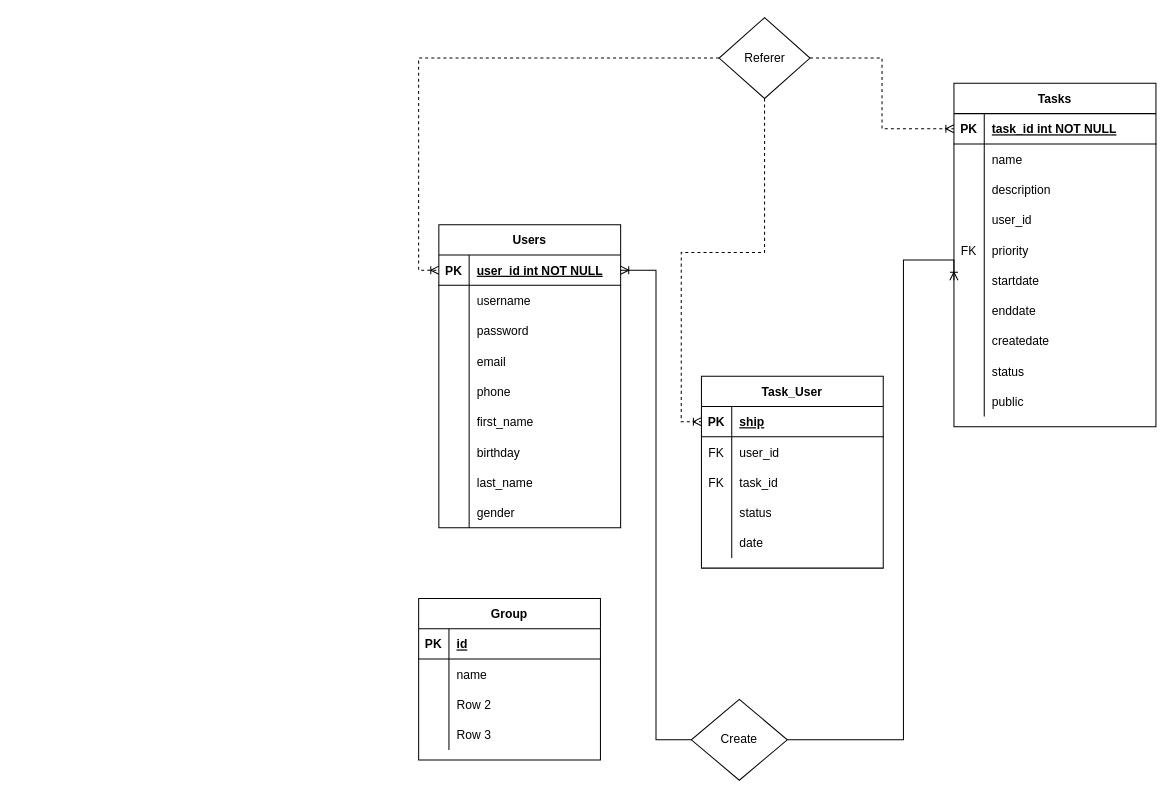
Before: To-Do List.drawio in HiBlakk/todo-list, a draw.io diagram. Source tidied: cells renumbered, new cells numbered last; positions are measured from the earlier drawing's top-left corner, leaving out a move shared by most shapes. Both pictures are drawn from the tidied source at 101%, with x=0, y=0 at pixel (418, 17).
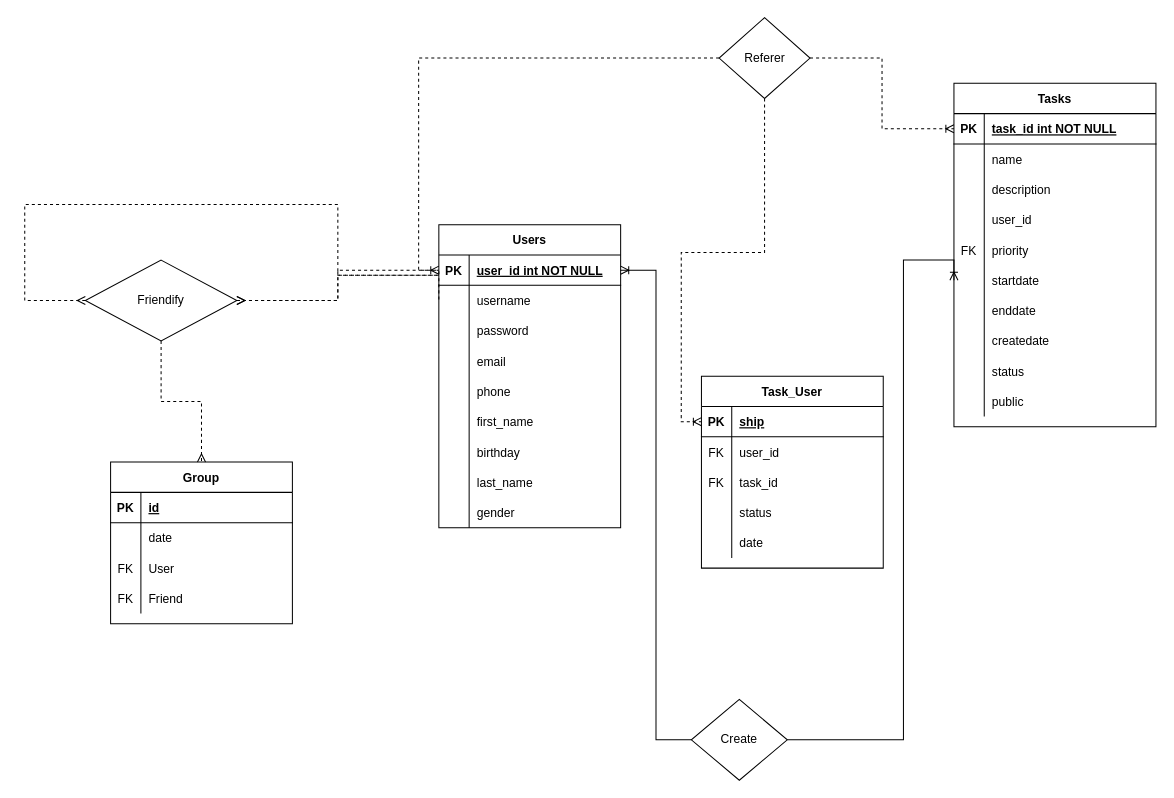
After the change.

The change refers to these unchanged cells:
```xml
<mxCell id="3" style="shape=tableRow;horizontal=0;startSize=0;swimlaneHead=0;swimlaneBody=0;fillColor=none;points=[[0,0.5],[1,0.5]];portConstraint=eastwest;top=0;left=0;right=0;bottom=1;" parent="2" vertex="1">
  <mxGeometry y="30" width="180" height="30" as="geometry" />
</mxCell>
<mxCell id="6" style="shape=tableRow;horizontal=0;startSize=0;swimlaneHead=0;swimlaneBody=0;fillColor=none;points=[[0,0.5],[1,0.5]];portConstraint=eastwest;top=0;left=0;right=0;bottom=0;" parent="2" vertex="1">
  <mxGeometry y="60" width="180" height="30" as="geometry" />
</mxCell>
<mxCell id="88" style="shape=tableRow;horizontal=0;startSize=0;swimlaneHead=0;swimlaneBody=0;fillColor=none;top=0;left=0;right=0;bottom=0;" parent="84" vertex="1">
  <mxGeometry y="60" width="180" height="30" as="geometry" />
</mxCell>
<mxCell id="91" style="shape=tableRow;horizontal=0;startSize=0;swimlaneHead=0;swimlaneBody=0;fillColor=none;top=0;left=0;right=0;bottom=0;" parent="84" vertex="1">
  <mxGeometry y="90" width="180" height="30" as="geometry" />
</mxCell>
<mxCell id="94" style="shape=tableRow;horizontal=0;startSize=0;swimlaneHead=0;swimlaneBody=0;fillColor=none;top=0;left=0;right=0;bottom=0;" parent="84" vertex="1">
  <mxGeometry y="120" width="180" height="30" as="geometry" />
</mxCell>
```

Change to the diagram source:
```diff
@@
     <mxCell id="84" value="Group" style="shape=table;startSize=30;childLayout=tableLayout;rowLines=0;fontStyle=1;align=center;" parent="1" vertex="1">
-      <mxGeometry y="575" width="180" height="160" as="geometry" />
+      <mxGeometry x="-305" y="440" width="180" height="160" as="geometry" />
     </mxCell>
@@
-    <mxCell id="90" value="name" style="shape=partialRectangle;fillColor=none;top=0;left=0;bottom=0;right=0;align=left;spacingLeft=6;overflow=hidden;" parent="88" vertex="1">
+    <mxCell id="90" value="date" style="shape=partialRectangle;fillColor=none;top=0;left=0;bottom=0;right=0;align=left;spacingLeft=6;overflow=hidden;" parent="88" vertex="1">
       <mxGeometry x="30" width="150" height="30" as="geometry" />
     </mxCell>
@@
-    <mxCell id="92" style="shape=partialRectangle;fillColor=none;top=0;left=0;bottom=0;right=0;overflow=hidden;" parent="91" vertex="1">
+    <mxCell id="92" value="FK" style="shape=partialRectangle;fillColor=none;top=0;left=0;bottom=0;right=0;overflow=hidden;" parent="91" vertex="1">
       <mxGeometry width="30" height="30" as="geometry" />
     </mxCell>
-    <mxCell id="93" value="Row 2" style="shape=partialRectangle;fillColor=none;top=0;left=0;bottom=0;right=0;align=left;spacingLeft=6;overflow=hidden;" parent="91" vertex="1">
+    <mxCell id="93" value="User" style="shape=partialRectangle;fillColor=none;top=0;left=0;bottom=0;right=0;align=left;spacingLeft=6;overflow=hidden;" parent="91" vertex="1">
       <mxGeometry x="30" width="150" height="30" as="geometry" />
     </mxCell>
@@
-    <mxCell id="95" style="shape=partialRectangle;fillColor=none;top=0;left=0;bottom=0;right=0;overflow=hidden;" parent="94" vertex="1">
+    <mxCell id="95" value="FK" style="shape=partialRectangle;fillColor=none;top=0;left=0;bottom=0;right=0;overflow=hidden;" parent="94" vertex="1">
       <mxGeometry width="30" height="30" as="geometry" />
     </mxCell>
-    <mxCell id="96" value="Row 3" style="shape=partialRectangle;fillColor=none;top=0;left=0;bottom=0;right=0;align=left;spacingLeft=6;overflow=hidden;" parent="94" vertex="1">
+    <mxCell id="96" value="Friend" style="shape=partialRectangle;fillColor=none;top=0;left=0;bottom=0;right=0;align=left;spacingLeft=6;overflow=hidden;" parent="94" vertex="1">
       <mxGeometry x="30" width="150" height="30" as="geometry" />
     </mxCell>
+    <mxCell id="97" style="edgeStyle=orthogonalEdgeStyle;rounded=0;jettySize=auto;html=1;entryX=0.5;entryY=0;entryDx=0;entryDy=0;endArrow=ERmany;endFill=0;dashed=1;" parent="1" edge="1" source="101" target="84">
+      <mxGeometry relative="1" as="geometry" />
+    </mxCell>
+    <mxCell id="98" style="edgeStyle=orthogonalEdgeStyle;rounded=0;jettySize=auto;html=1;dashed=1;endArrow=none;endFill=0;startArrow=ERmany;startFill=0;" parent="1" edge="1" source="101" target="3">
+      <mxGeometry relative="1" as="geometry" />
+    </mxCell>
+    <mxCell id="99" style="edgeStyle=orthogonalEdgeStyle;rounded=0;jettySize=auto;html=1;dashed=1;startArrow=ERmany;startFill=0;endArrow=none;endFill=0;entryX=0;entryY=0.5;entryDx=0;entryDy=0;" parent="1" edge="1" source="101" target="6">
+      <mxGeometry relative="1" as="geometry">
+        <Array as="points">
+          <mxPoint x="-80" y="280" />
+          <mxPoint x="-80" y="255" />
+          <mxPoint x="20" y="255" />
+        </Array>
+      </mxGeometry>
+    </mxCell>
+    <mxCell id="100" style="edgeStyle=orthogonalEdgeStyle;rounded=0;jettySize=auto;html=1;dashed=1;startArrow=ERmany;startFill=0;endArrow=none;endFill=0;exitX=0;exitY=0.5;exitDx=0;exitDy=0;entryX=0;entryY=0.5;entryDx=0;entryDy=0;" parent="1" edge="1" source="101" target="3">
+      <mxGeometry relative="1" as="geometry">
+        <Array as="points">
+          <mxPoint x="-390" y="280" />
+          <mxPoint x="-390" y="185" />
+          <mxPoint x="-80" y="185" />
+          <mxPoint x="-80" y="255" />
+          <mxPoint x="20" y="255" />
+        </Array>
+      </mxGeometry>
+    </mxCell>
+    <mxCell id="101" value="Friendify" style="rhombus;whiteSpace=wrap;html=1;" parent="1" vertex="1">
+      <mxGeometry x="-330" y="240" width="150" height="80" as="geometry" />
+    </mxCell>
```
